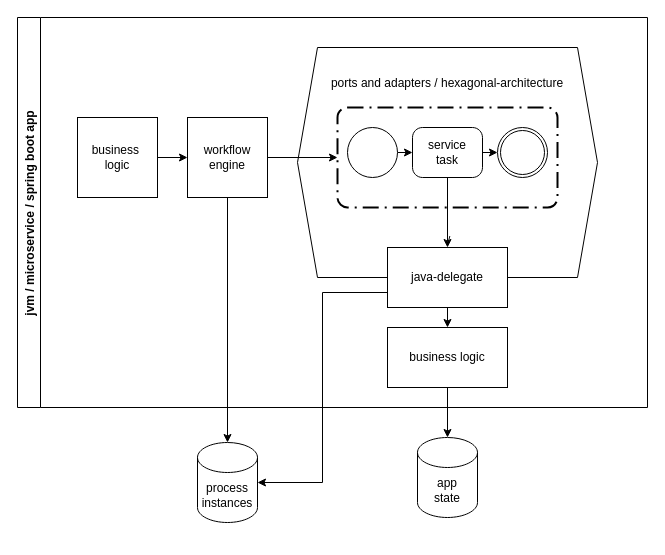
Before: diagrams/workflow_programming_model.drawio in nikkijuk/pigeongram, a draw.io diagram. Source tidied: cells renumbered, new cells numbered last; positions are measured from the earlier drawing's top-left corner, leaving out a move shared by most shapes. Both pictures are drawn from the tidied source at 100%, with x=0, y=0 at pixel (17, 17).
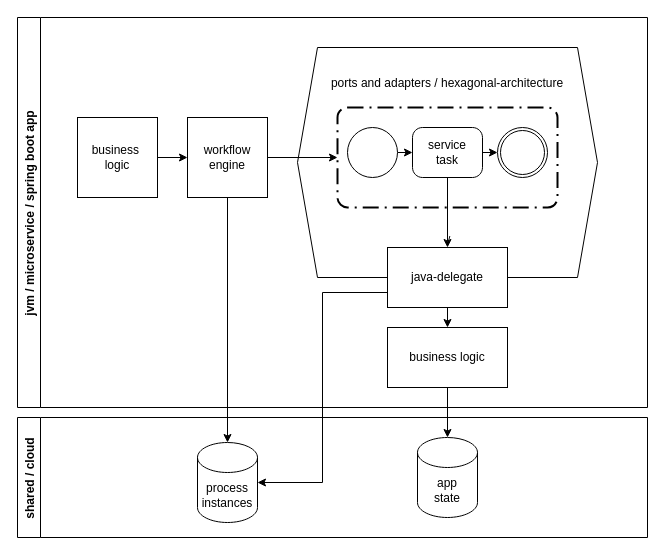
After the change.

Change to the diagram source:
```diff
@@
+    <mxCell id="23" value="shared / cloud" style="swimlane;horizontal=0;" parent="1" vertex="1">
+      <mxGeometry y="400" width="630" height="120" as="geometry" />
+    </mxCell>
```
